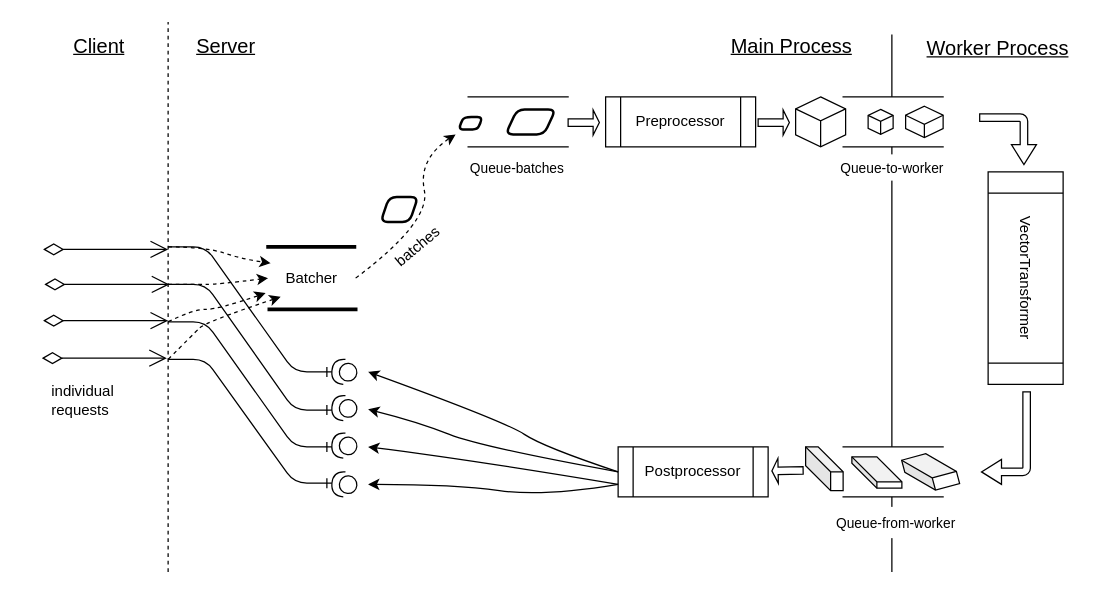
Earlier version of the draw.io diagram images/batched-service-2.drawio (zpz/zpz.github.io). Source tidied: cells renumbered, new cells numbered last; positions are measured from the earlier drawing's top-left corner, leaving out a move shared by most shapes. Both pictures are drawn from the tidied source at 125%, with x=0, y=0 at pixel (41, 21).
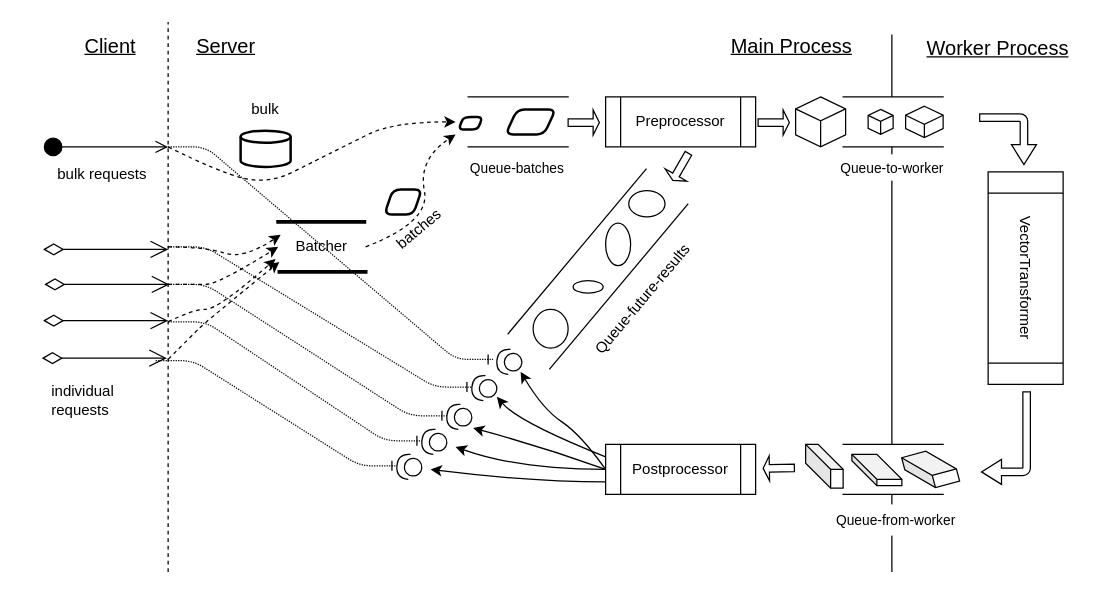
The same page after the edit.

Commit message (it also covers changes not shown here):
post batched-service

What changed in the source:
```diff
@@
     <mxCell id="4" value="Batcher" style="shape=partialRectangle;whiteSpace=wrap;html=1;left=0;right=0;fillColor=none;dashed=1;strokeWidth=3;dashPattern=1 1;" parent="1" vertex="1">
-      <mxGeometry x="181" y="180" width="70" height="50" as="geometry" />
+      <mxGeometry x="189" y="160" width="70" height="40" as="geometry" />
     </mxCell>
@@
     <mxCell id="6" style="shape=partialRectangle;whiteSpace=wrap;html=1;left=0;right=0;" parent="1" vertex="1">
-      <mxGeometry x="641" y="340" width="80" height="40" as="geometry" />
+      <mxGeometry x="641" y="338" width="80" height="40" as="geometry" />
     </mxCell>
@@
     <mxCell id="9" style="shape=parallelogram;html=1;strokeWidth=2;perimeter=parallelogramPerimeter;whiteSpace=wrap;rounded=1;arcSize=12;size=0.23;" parent="1" vertex="1">
-      <mxGeometry x="271" y="140" width="30" height="20" as="geometry" />
+      <mxGeometry x="274" y="134" width="30" height="20" as="geometry" />
     </mxCell>
@@
-    <mxCell id="24" style="curved=1;endArrow=classic;html=1;dashed=1;entryX=0.143;entryY=0.8;entryDx=0;entryDy=0;entryPerimeter=0;" parent="1" edge="1" target="4">
+    <mxCell id="24" style="curved=1;endArrow=classic;html=1;dashed=1;entryX=0.014;entryY=0.8;entryDx=0;entryDy=0;entryPerimeter=0;" parent="1" edge="1" target="4">
       <mxGeometry relative="1" as="geometry">
         <mxPoint x="101" y="270" as="sourcePoint" />
         <Array as="points">
           <mxPoint x="121" y="250" />
           <mxPoint x="131" y="240" />
         </Array>
       </mxGeometry>
     </mxCell>
@@
     <mxCell id="26" value="batches" style="text;html=1;strokeColor=none;fillColor=none;align=center;verticalAlign=middle;whiteSpace=wrap;rounded=0;dashed=1;dashPattern=1 1;rotation=-40;" parent="1" vertex="1">
-      <mxGeometry x="281" y="170" width="40" height="20" as="geometry" />
+      <mxGeometry x="282" y="156" width="40" height="20" as="geometry" />
     </mxCell>
@@
     <mxCell id="29" value="&lt;div&gt;Postprocessor&lt;/div&gt;" style="shape=process;whiteSpace=wrap;html=1;backgroundOutline=1;" parent="1" vertex="1">
-      <mxGeometry x="461" y="340" width="120" height="40" as="geometry" />
+      <mxGeometry x="451" y="338" width="120" height="40" as="geometry" />
     </mxCell>
     <mxCell id="30" style="shape=cube;whiteSpace=wrap;html=1;boundedLbl=1;backgroundOutline=1;darkOpacity=0.05;darkOpacity2=0.1;strokeWidth=1;align=left;" parent="1" vertex="1">
-      <mxGeometry x="648" y="348" width="40" height="25" as="geometry" />
+      <mxGeometry x="648" y="346" width="40" height="25" as="geometry" />
     </mxCell>
     <mxCell id="31" style="shape=cube;whiteSpace=wrap;html=1;boundedLbl=1;backgroundOutline=1;darkOpacity=0.05;darkOpacity2=0.1;strokeWidth=1;align=left;rotation=-15;" parent="1" vertex="1">
-      <mxGeometry x="691" y="345" width="40" height="30" as="geometry" />
+      <mxGeometry x="691" y="343" width="40" height="30" as="geometry" />
     </mxCell>
     <mxCell id="32" style="shape=cube;whiteSpace=wrap;html=1;boundedLbl=1;backgroundOutline=1;darkOpacity=0.05;darkOpacity2=0.1;strokeWidth=1;align=left;" parent="1" vertex="1">
-      <mxGeometry x="611" y="340" width="30" height="35" as="geometry" />
+      <mxGeometry x="611" y="338" width="30" height="35" as="geometry" />
     </mxCell>
     <mxCell id="33" style="shape=singleArrow;whiteSpace=wrap;html=1;strokeWidth=1;align=left;rotation=-181;" parent="1" vertex="1">
-      <mxGeometry x="584" y="349" width="25" height="20" as="geometry" />
+      <mxGeometry x="577" y="347" width="25" height="20" as="geometry" />
     </mxCell>
@@
     <mxCell id="36" style="shape=providedRequiredInterface;html=1;verticalLabelPosition=bottom;strokeWidth=1;fontSize=16;align=left;rotation=-175;" parent="1" vertex="1">
-      <mxGeometry x="232" y="270" width="20" height="20" as="geometry" />
+      <mxGeometry x="344" y="283" width="20" height="20" as="geometry" />
     </mxCell>
     <mxCell id="37" style="shape=providedRequiredInterface;html=1;verticalLabelPosition=bottom;strokeWidth=1;fontSize=16;align=left;rotation=-175;" parent="1" vertex="1">
-      <mxGeometry x="232" y="299" width="20" height="20" as="geometry" />
+      <mxGeometry x="324" y="306" width="20" height="20" as="geometry" />
     </mxCell>
     <mxCell id="38" style="shape=providedRequiredInterface;html=1;verticalLabelPosition=bottom;strokeWidth=1;fontSize=16;align=left;rotation=-175;" parent="1" vertex="1">
-      <mxGeometry x="232" y="329" width="20" height="20" as="geometry" />
+      <mxGeometry x="304" y="326" width="20" height="20" as="geometry" />
     </mxCell>
     <mxCell id="39" style="shape=providedRequiredInterface;html=1;verticalLabelPosition=bottom;strokeWidth=1;fontSize=16;align=left;rotation=-175;" parent="1" vertex="1">
-      <mxGeometry x="232" y="360" width="20" height="20" as="geometry" />
+      <mxGeometry x="284" y="346" width="20" height="20" as="geometry" />
     </mxCell>
-    <mxCell id="40" style="edgeStyle=entityRelationEdgeStyle;fontSize=12;html=1;endArrow=ERone;endFill=1;" parent="1" edge="1">
+    <mxCell id="40" style="edgeStyle=entityRelationEdgeStyle;fontSize=12;html=1;endArrow=ERone;endFill=1;entryX=1;entryY=0.5;entryDx=0;entryDy=0;entryPerimeter=0;dashed=1;dashPattern=1 1;" parent="1" edge="1" target="36">
       <mxGeometry relative="1" as="geometry">
         <mxPoint x="101" y="180" as="sourcePoint" />
-        <mxPoint x="232" y="280" as="targetPoint" />
       </mxGeometry>
     </mxCell>
-    <mxCell id="41" style="edgeStyle=entityRelationEdgeStyle;fontSize=12;html=1;endArrow=ERone;endFill=1;" parent="1" edge="1">
+    <mxCell id="41" style="edgeStyle=entityRelationEdgeStyle;fontSize=12;html=1;endArrow=ERone;endFill=1;entryX=1;entryY=0.5;entryDx=0;entryDy=0;entryPerimeter=0;dashed=1;dashPattern=1 1;" parent="1" edge="1" target="37">
       <mxGeometry relative="1" as="geometry">
         <mxPoint x="101" y="210" as="sourcePoint" />
-        <mxPoint x="232" y="310.5" as="targetPoint" />
       </mxGeometry>
     </mxCell>
-    <mxCell id="42" style="edgeStyle=entityRelationEdgeStyle;fontSize=12;html=1;endArrow=ERone;endFill=1;" parent="1" edge="1">
+    <mxCell id="42" style="edgeStyle=entityRelationEdgeStyle;fontSize=12;html=1;endArrow=ERone;endFill=1;entryX=1;entryY=0.5;entryDx=0;entryDy=0;entryPerimeter=0;dashed=1;dashPattern=1 1;" parent="1" edge="1" target="38">
       <mxGeometry relative="1" as="geometry">
         <mxPoint x="101" y="240" as="sourcePoint" />
-        <mxPoint x="232" y="340" as="targetPoint" />
       </mxGeometry>
     </mxCell>
-    <mxCell id="43" style="edgeStyle=entityRelationEdgeStyle;fontSize=12;html=1;endArrow=ERone;endFill=1;" parent="1" edge="1">
+    <mxCell id="43" style="edgeStyle=entityRelationEdgeStyle;fontSize=12;html=1;endArrow=ERone;endFill=1;entryX=1;entryY=0.5;entryDx=0;entryDy=0;entryPerimeter=0;dashed=1;dashPattern=1 1;" parent="1" edge="1" target="39">
       <mxGeometry relative="1" as="geometry">
-        <mxPoint x="101" y="270" as="sourcePoint" />
-        <mxPoint x="232" y="369" as="targetPoint" />
+        <mxPoint x="91" y="271" as="sourcePoint" />
       </mxGeometry>
     </mxCell>
-    <mxCell id="44" style="curved=1;endArrow=classic;html=1;fontSize=16;exitX=0;exitY=0.5;exitDx=0;exitDy=0;" parent="1" edge="1" source="29">
-      <mxGeometry relative="1" as="geometry">
-        <mxPoint x="261" y="280" as="targetPoint" />
-        <Array as="points">
-          <mxPoint x="401" y="340" />
-          <mxPoint x="371" y="320" />
-        </Array>
-      </mxGeometry>
-    </mxCell>
-    <mxCell id="45" style="curved=1;endArrow=classic;html=1;fontSize=16;exitX=0;exitY=0.5;exitDx=0;exitDy=0;" parent="1" edge="1" source="29">
-      <mxGeometry relative="1" as="geometry">
-        <mxPoint x="261" y="310" as="targetPoint" />
-        <Array as="points">
-          <mxPoint x="351" y="340" />
-          <mxPoint x="301" y="320" />
-        </Array>
-      </mxGeometry>
-    </mxCell>
-    <mxCell id="46" style="curved=1;endArrow=classic;html=1;fontSize=16;" parent="1" edge="1">
-      <mxGeometry relative="1" as="geometry">
-        <mxPoint x="461" y="370" as="sourcePoint" />
-        <mxPoint x="261" y="340" as="targetPoint" />
-        <Array as="points">
-          <mxPoint x="341" y="350" />
-        </Array>
-      </mxGeometry>
-    </mxCell>
-    <mxCell id="47" style="curved=1;endArrow=classic;html=1;fontSize=16;exitX=0;exitY=0.75;exitDx=0;exitDy=0;" parent="1" edge="1" source="29">
-      <mxGeometry relative="1" as="geometry">
-        <mxPoint x="261" y="370" as="targetPoint" />
-        <Array as="points">
-          <mxPoint x="401" y="380" />
-          <mxPoint x="331" y="370" />
-        </Array>
-      </mxGeometry>
-    </mxCell>
@@
     <mxCell id="49" value="Client" style="text;html=1;strokeColor=none;fillColor=none;align=center;verticalAlign=middle;whiteSpace=wrap;rounded=0;fontSize=16;fontStyle=4;" parent="1" vertex="1">
-      <mxGeometry x="11" y="4" width="70" height="30" as="geometry" />
+      <mxGeometry x="20" y="4" width="70" height="30" as="geometry" />
     </mxCell>
@@
     <mxCell id="53" value="Queue-from-worker" style="text;html=1;strokeColor=none;fillColor=#ffffff;align=center;verticalAlign=middle;whiteSpace=wrap;rounded=0;fontSize=11;labelBackgroundColor=#ffffff;" parent="1" vertex="1">
-      <mxGeometry x="623.7" y="388" width="119.3" height="25" as="geometry" />
+      <mxGeometry x="623.7" y="386" width="119.3" height="25" as="geometry" />
     </mxCell>
@@
+    <mxCell id="55" style="shape=partialRectangle;whiteSpace=wrap;html=1;left=0;right=0;rotation=-230;" parent="1" vertex="1">
+      <mxGeometry x="358.9" y="175.9" width="171.9" height="43.6" as="geometry" />
+    </mxCell>
+    <mxCell id="56" style="shape=singleArrow;whiteSpace=wrap;html=1;strokeWidth=1;align=left;rotation=120;" parent="1" vertex="1">
+      <mxGeometry x="498.5" y="106" width="25" height="20" as="geometry" />
+    </mxCell>
+    <mxCell id="57" style="ellipse;whiteSpace=wrap;html=1;" parent="1" vertex="1">
+      <mxGeometry x="393" y="230" width="28" height="31" as="geometry" />
+    </mxCell>
+    <mxCell id="58" style="ellipse;whiteSpace=wrap;html=1;" parent="1" vertex="1">
+      <mxGeometry x="425" y="207" width="24" height="10" as="geometry" />
+    </mxCell>
+    <mxCell id="59" style="ellipse;whiteSpace=wrap;html=1;" parent="1" vertex="1">
+      <mxGeometry x="469.5" y="135" width="29" height="21" as="geometry" />
+    </mxCell>
+    <mxCell id="60" style="ellipse;whiteSpace=wrap;html=1;" parent="1" vertex="1">
+      <mxGeometry x="451" y="161" width="20" height="34" as="geometry" />
+    </mxCell>
+    <mxCell id="61" value="Queue-future-results" style="text;html=1;strokeColor=none;fillColor=none;align=center;verticalAlign=middle;whiteSpace=wrap;rounded=0;rotation=-50;" parent="1" vertex="1">
+      <mxGeometry x="411" y="207" width="140" height="30" as="geometry" />
+    </mxCell>
+    <mxCell id="62" style="curved=1;endArrow=classic;html=1;exitX=0;exitY=0.25;exitDx=0;exitDy=0;" parent="1" edge="1" source="29">
+      <mxGeometry relative="1" as="geometry">
+        <mxPoint x="364" y="300" as="targetPoint" />
+        <Array as="points">
+          <mxPoint x="381" y="320" />
+        </Array>
+      </mxGeometry>
+    </mxCell>
+    <mxCell id="63" style="curved=1;endArrow=classic;html=1;exitX=0;exitY=0.5;exitDx=0;exitDy=0;entryX=-0.087;entryY=0.1;entryDx=0;entryDy=0;entryPerimeter=0;" parent="1" edge="1" source="29" target="37">
+      <mxGeometry relative="1" as="geometry">
+        <Array as="points">
+          <mxPoint x="401" y="340" />
+        </Array>
+      </mxGeometry>
+    </mxCell>
+    <mxCell id="64" style="curved=1;endArrow=classic;html=1;exitX=0;exitY=0.5;exitDx=0;exitDy=0;" parent="1" edge="1" source="29">
+      <mxGeometry relative="1" as="geometry">
+        <mxPoint x="331" y="340" as="targetPoint" />
+        <Array as="points">
+          <mxPoint x="381" y="358" />
+        </Array>
+      </mxGeometry>
+    </mxCell>
+    <mxCell id="65" style="curved=1;endArrow=classic;html=1;exitX=0;exitY=0.75;exitDx=0;exitDy=0;" parent="1" edge="1" source="29">
+      <mxGeometry relative="1" as="geometry">
+        <mxPoint x="311" y="358" as="targetPoint" />
+        <Array as="points">
+          <mxPoint x="391" y="368" />
+        </Array>
+      </mxGeometry>
+    </mxCell>
+    <mxCell id="66" style="html=1;verticalAlign=bottom;startArrow=circle;startFill=1;endArrow=open;startSize=6;endSize=8;" parent="1" edge="1">
+      <mxGeometry relative="1" as="geometry">
+        <mxPoint x="1" y="100" as="sourcePoint" />
+        <mxPoint x="101" y="100" as="targetPoint" />
+      </mxGeometry>
+    </mxCell>
+    <mxCell id="67" value="bulk requests" style="text;html=1;strokeColor=none;fillColor=none;align=center;verticalAlign=middle;whiteSpace=wrap;rounded=0;" parent="1" vertex="1">
+      <mxGeometry x="2" y="109" width="93" height="25" as="geometry" />
+    </mxCell>
+    <mxCell id="68" style="strokeWidth=2;html=1;shape=mxgraph.flowchart.database;whiteSpace=wrap;" parent="1" vertex="1">
+      <mxGeometry x="159" y="87" width="40" height="29" as="geometry" />
+    </mxCell>
+    <mxCell id="69" style="curved=1;endArrow=classic;html=1;dashed=1;" parent="1" edge="1">
+      <mxGeometry relative="1" as="geometry">
+        <mxPoint x="101" y="100" as="sourcePoint" />
+        <mxPoint x="331" y="80" as="targetPoint" />
+        <Array as="points">
+          <mxPoint x="141" y="120" />
+          <mxPoint x="181" y="130" />
+          <mxPoint x="221" y="110" />
+          <mxPoint x="241" y="100" />
+          <mxPoint x="281" y="80" />
+        </Array>
+      </mxGeometry>
+    </mxCell>
+    <mxCell id="70" value="bulk" style="text;html=1;strokeColor=none;fillColor=none;align=center;verticalAlign=middle;whiteSpace=wrap;rounded=0;" parent="1" vertex="1">
+      <mxGeometry x="159" y="60" width="40" height="20" as="geometry" />
+    </mxCell>
+    <mxCell id="71" style="shape=providedRequiredInterface;html=1;verticalLabelPosition=bottom;strokeWidth=1;fontSize=16;align=left;rotation=-175;" parent="1" vertex="1">
+      <mxGeometry x="364" y="262" width="20" height="20" as="geometry" />
+    </mxCell>
+    <mxCell id="72" style="edgeStyle=entityRelationEdgeStyle;fontSize=12;html=1;endArrow=ERone;endFill=1;dashed=1;dashPattern=1 1;" parent="1" edge="1">
+      <mxGeometry relative="1" as="geometry">
+        <mxPoint x="101" y="100" as="sourcePoint" />
+        <mxPoint x="361" y="270" as="targetPoint" />
+      </mxGeometry>
+    </mxCell>
+    <mxCell id="73" style="curved=1;endArrow=classic;html=1;exitX=0;exitY=0.5;exitDx=0;exitDy=0;" parent="1" edge="1" source="29">
+      <mxGeometry relative="1" as="geometry">
+        <mxPoint x="383" y="280" as="targetPoint" />
+        <Array as="points">
+          <mxPoint x="431" y="330" />
+          <mxPoint x="401" y="310" />
+        </Array>
+      </mxGeometry>
+    </mxCell>
```
